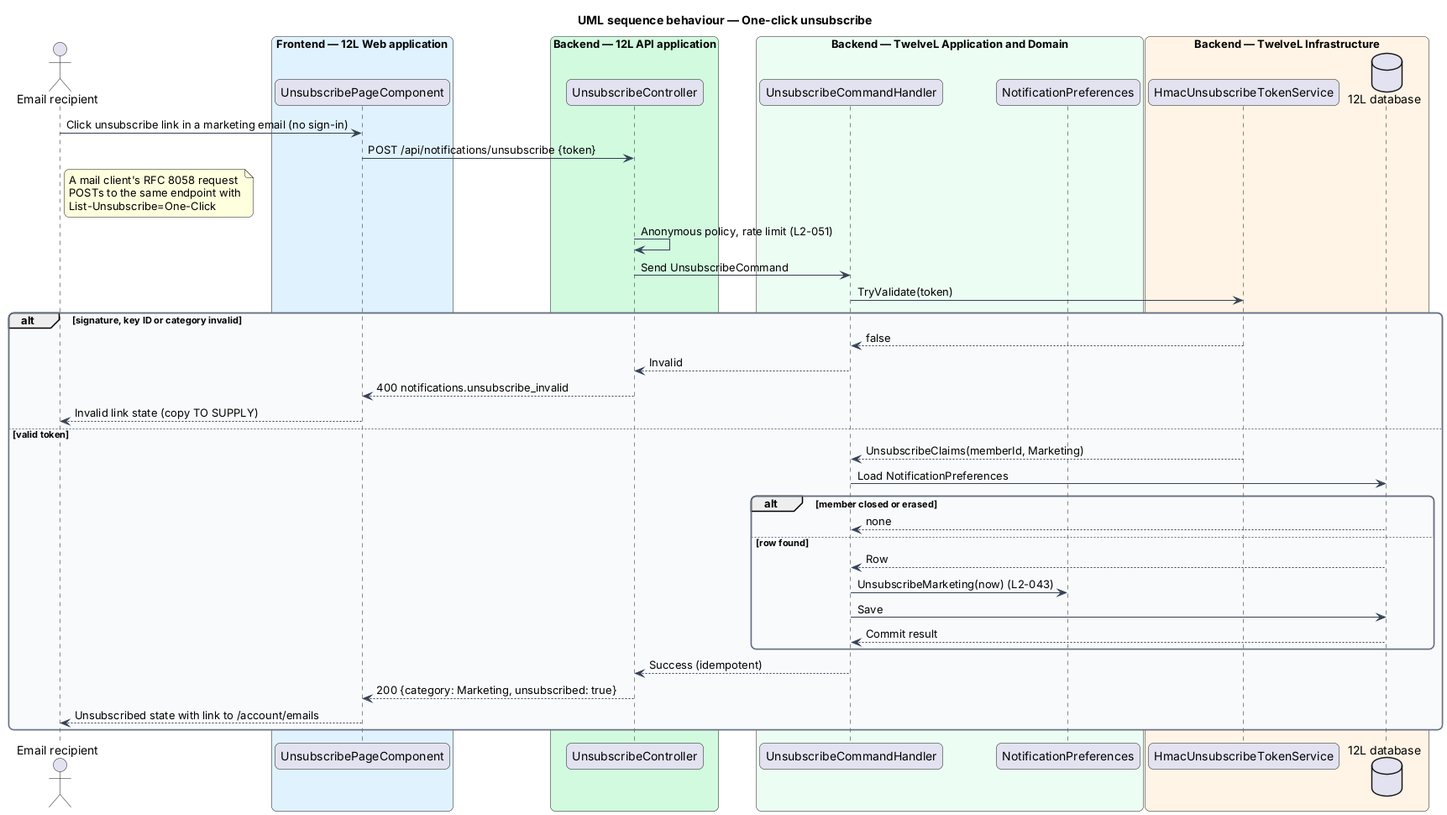
QuinntyneBrown/12l keeps this PlantUML diagram as docs/detailed-designs/notifications/manage-notification-preferences/diagrams/sequence-unsubscribe.png. Above is the earlier version.
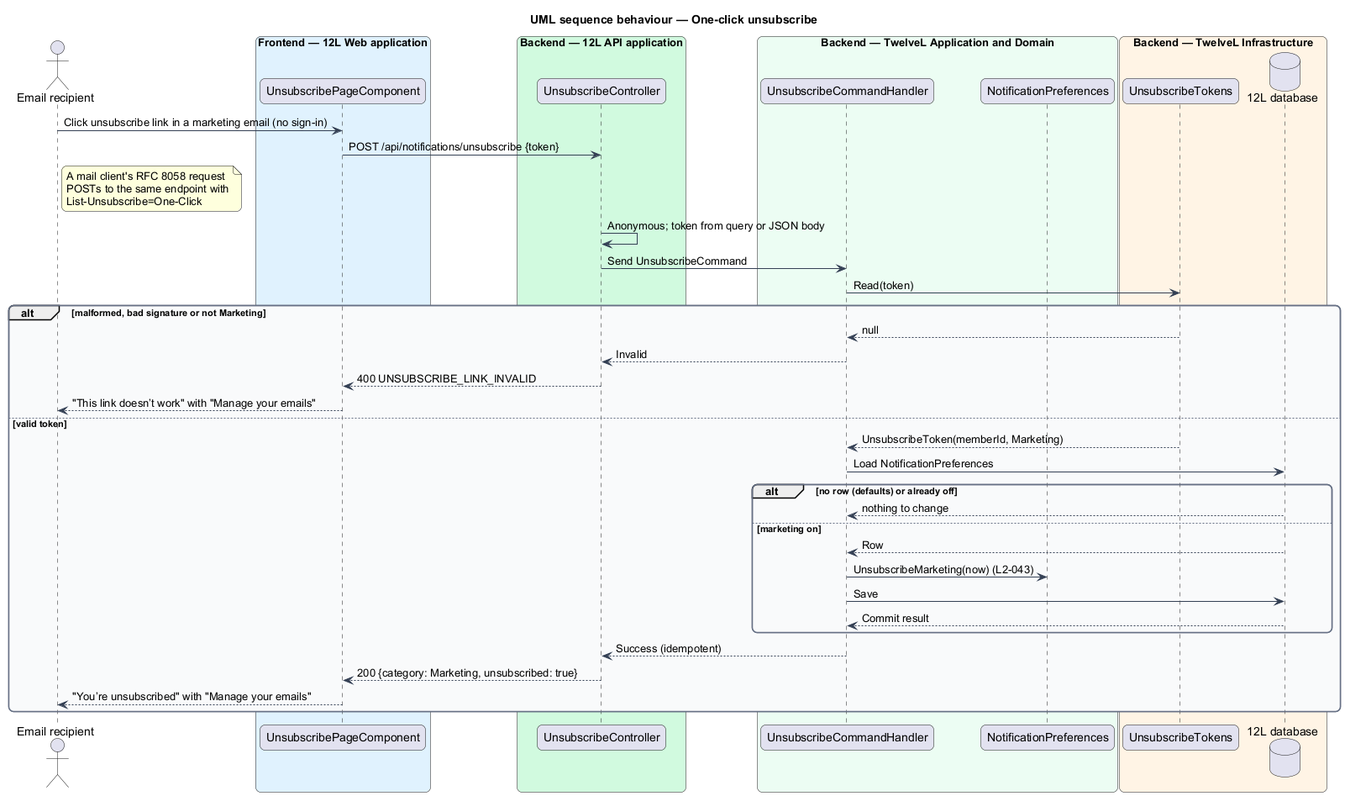
After the commit.

Change to the diagram source:
```diff
@@ -26,7 +26,7 @@
   participant "NotificationPreferences" as entity
 end box
 box "Backend — TwelveL Infrastructure" #FFF4E5
-  participant "HmacUnsubscribeTokenService" as tokens
+  participant "UnsubscribeTokens" as tokens
   database "12L database" as db
 end box
 actor -> page : Click unsubscribe link in a marketing email (no sign-in)
@@ -36,20 +36,20 @@
   POSTs to the same endpoint with
   List-Unsubscribe=One-Click
 end note
-controller -> controller : Anonymous policy, rate limit (L2-051)
+controller -> controller : Anonymous; token from query or JSON body
 controller -> handler : Send UnsubscribeCommand
-handler -> tokens : TryValidate(token)
-alt signature, key ID or category invalid
-  tokens --> handler : false
+handler -> tokens : Read(token)
+alt malformed, bad signature or not Marketing
+  tokens --> handler : null
   handler --> controller : Invalid
-  controller --> page : 400 notifications.unsubscribe_invalid
-  page --> actor : Invalid link state (copy TO SUPPLY)
+  controller --> page : 400 UNSUBSCRIBE_LINK_INVALID
+  page --> actor : "This link doesn’t work" with "Manage your emails"
 else valid token
-  tokens --> handler : UnsubscribeClaims(memberId, Marketing)
+  tokens --> handler : UnsubscribeToken(memberId, Marketing)
   handler -> db : Load NotificationPreferences
-  alt member closed or erased
-    db --> handler : none
-  else row found
+  alt no row (defaults) or already off
+    db --> handler : nothing to change
+  else marketing on
     db --> handler : Row
     handler -> entity : UnsubscribeMarketing(now) (L2-043)
     handler -> db : Save
@@ -57,6 +57,6 @@
   end
   handler --> controller : Success (idempotent)
   controller --> page : 200 {category: Marketing, unsubscribed: true}
-  page --> actor : Unsubscribed state with link to /account/emails
+  page --> actor : "You’re unsubscribed" with "Manage your emails"
 end
 @enduml
```
